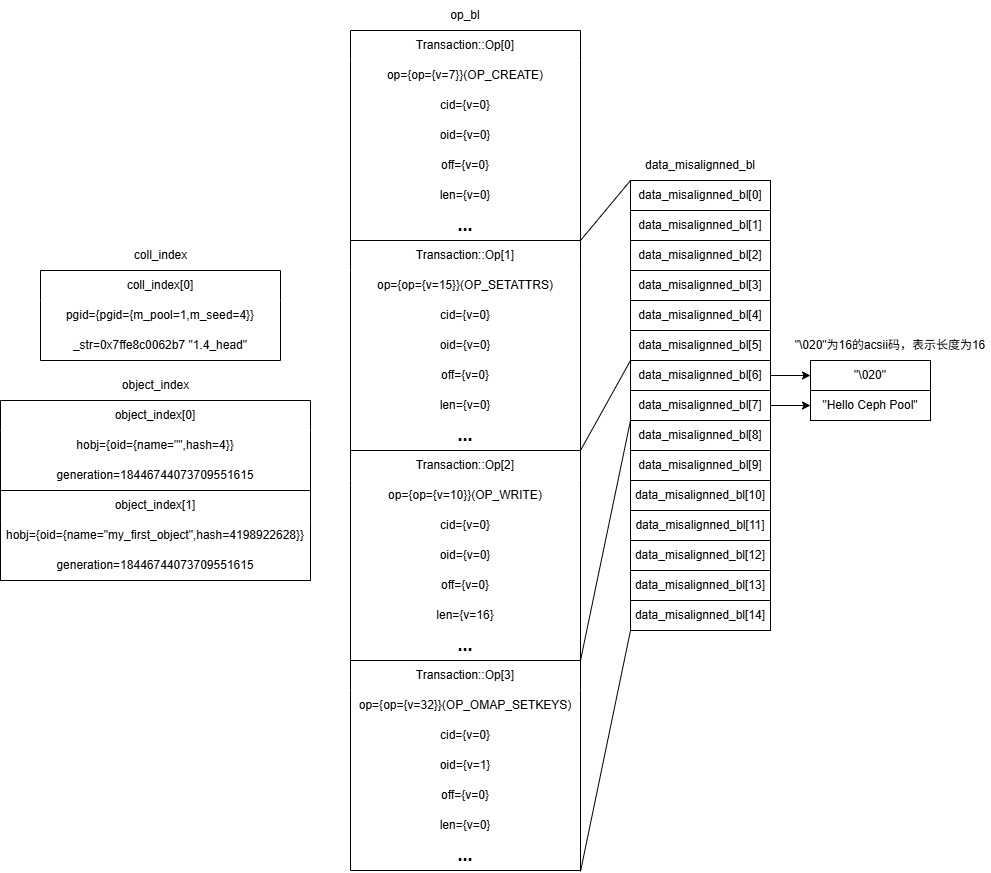
Rebelliousness/Rebelliousness.github.io keeps this draw.io diagram as 2026/01/15/BlueStore写入流程源码分析/op_bl.drawio.png. Above is the earlier version. Source tidied: cells renumbered, new cells last; positions are measured from the earlier drawing's top-left corner, leaving out a move shared by most shapes. Source of this version:
```xml
<mxGraphModel>
  <root>
    <mxCell id="0" />
    <mxCell id="1" parent="0" />
    <mxCell id="2" style="group;" parent="1" vertex="1">
      <mxGeometry y="370" width="340" height="210" as="geometry" />
    </mxCell>
    <mxCell id="3" style="group;" parent="2" vertex="1">
      <mxGeometry width="340" height="210" as="geometry" />
    </mxCell>
    <mxCell id="4" value="object_index" style="text;html=1;whiteSpace=wrap;strokeColor=none;fillColor=none;align=center;verticalAlign=middle;rounded=0;" parent="3" vertex="1">
      <mxGeometry x="127.6" width="54.7" height="30" as="geometry" />
    </mxCell>
    <mxCell id="5" value="object_index[0]" style="swimlane;fontStyle=0;horizontal=1;startSize=30;whiteSpace=wrap;html=1;swimlaneLine=0;" parent="3" vertex="1">
      <mxGeometry y="30" width="310" height="180" as="geometry" />
    </mxCell>
    <mxCell id="6" value="hobj={oid={name=&quot;&quot;,hash=4}}" style="text;strokeColor=none;fillColor=none;align=center;verticalAlign=middle;spacingLeft=4;spacingRight=4;overflow=hidden;whiteSpace=wrap;html=1;" parent="3" vertex="1">
      <mxGeometry y="60" width="310" height="30" as="geometry" />
    </mxCell>
    <mxCell id="7" value="generation=18446744073709551615" style="text;strokeColor=none;fillColor=none;align=center;verticalAlign=middle;spacingLeft=4;spacingRight=4;overflow=hidden;whiteSpace=wrap;html=1;" parent="3" vertex="1">
      <mxGeometry y="90" width="310" height="30" as="geometry" />
    </mxCell>
    <mxCell id="8" value="object_index[1]" style="swimlane;fontStyle=0;horizontal=1;startSize=30;whiteSpace=wrap;html=1;swimlaneLine=0;" parent="3" vertex="1">
      <mxGeometry y="120" width="310" height="90" as="geometry" />
    </mxCell>
    <mxCell id="9" value="hobj={oid={name=&quot;my_first_object&quot;,hash=4198922628}}" style="text;strokeColor=none;fillColor=none;align=center;verticalAlign=middle;spacingLeft=4;spacingRight=4;overflow=hidden;whiteSpace=wrap;html=1;" parent="3" vertex="1">
      <mxGeometry y="150" width="310" height="30" as="geometry" />
    </mxCell>
    <mxCell id="10" value="generation=18446744073709551615" style="text;strokeColor=none;fillColor=none;align=center;verticalAlign=middle;spacingLeft=4;spacingRight=4;overflow=hidden;whiteSpace=wrap;html=1;" parent="3" vertex="1">
      <mxGeometry y="180" width="310" height="30" as="geometry" />
    </mxCell>
    <mxCell id="11" style="group;" parent="1" vertex="1">
      <mxGeometry x="40" y="240" width="240" height="120" as="geometry" />
    </mxCell>
    <mxCell id="12" value="coll_index[0]" style="swimlane;fontStyle=0;horizontal=1;startSize=30;whiteSpace=wrap;html=1;swimlaneLine=0;" parent="11" vertex="1">
      <mxGeometry y="30" width="240" height="90" as="geometry" />
    </mxCell>
    <mxCell id="13" value="coll_index" style="text;html=1;whiteSpace=wrap;strokeColor=none;fillColor=none;align=center;verticalAlign=middle;rounded=0;" parent="11" vertex="1">
      <mxGeometry x="68.6" width="102.9" height="30" as="geometry" />
    </mxCell>
    <mxCell id="14" value="pgid={pgid={m_pool=1,m_seed=4}}" style="text;strokeColor=none;fillColor=none;align=center;verticalAlign=middle;spacingLeft=4;spacingRight=4;overflow=hidden;whiteSpace=wrap;html=1;" parent="11" vertex="1">
      <mxGeometry y="60" width="240" height="30" as="geometry" />
    </mxCell>
    <mxCell id="15" value="_str=0x7ffe8c0062b7 &quot;1.4_head&quot;" style="text;strokeColor=none;fillColor=none;align=center;verticalAlign=middle;spacingLeft=4;spacingRight=4;overflow=hidden;whiteSpace=wrap;html=1;" parent="11" vertex="1">
      <mxGeometry y="90" width="240" height="30" as="geometry" />
    </mxCell>
    <mxCell id="16" value="op_bl" style="text;html=1;whiteSpace=wrap;strokeColor=none;fillColor=none;align=center;verticalAlign=middle;rounded=0;" parent="1" vertex="1">
      <mxGeometry x="435" width="60" height="30" as="geometry" />
    </mxCell>
    <mxCell id="17" value="Transaction::Op[0]" style="swimlane;fontStyle=0;horizontal=1;startSize=30;whiteSpace=wrap;html=1;swimlaneLine=0;" parent="1" vertex="1">
      <mxGeometry x="350" y="30" width="230" height="210" as="geometry" />
    </mxCell>
    <mxCell id="18" value="op={op={v=7}}(OP_CREATE)" style="text;strokeColor=none;fillColor=none;align=center;verticalAlign=middle;spacingLeft=4;spacingRight=4;overflow=hidden;whiteSpace=wrap;html=1;" parent="17" vertex="1">
      <mxGeometry y="30" width="230" height="30" as="geometry" />
    </mxCell>
    <mxCell id="19" value="cid={v=0}" style="text;strokeColor=none;fillColor=none;align=center;verticalAlign=middle;spacingLeft=4;spacingRight=4;overflow=hidden;whiteSpace=wrap;html=1;" parent="17" vertex="1">
      <mxGeometry y="60" width="230" height="30" as="geometry" />
    </mxCell>
    <mxCell id="20" value="oid={v=0}" style="text;strokeColor=none;fillColor=none;align=center;verticalAlign=middle;spacingLeft=4;spacingRight=4;overflow=hidden;whiteSpace=wrap;html=1;" parent="17" vertex="1">
      <mxGeometry y="90" width="230" height="30" as="geometry" />
    </mxCell>
    <mxCell id="21" value="off={v=0}" style="text;strokeColor=none;fillColor=none;align=center;verticalAlign=middle;spacingLeft=4;spacingRight=4;overflow=hidden;whiteSpace=wrap;html=1;" parent="17" vertex="1">
      <mxGeometry y="120" width="230" height="30" as="geometry" />
    </mxCell>
    <mxCell id="22" value="len={v=0}" style="text;strokeColor=none;fillColor=none;align=center;verticalAlign=middle;spacingLeft=4;spacingRight=4;overflow=hidden;whiteSpace=wrap;html=1;" parent="17" vertex="1">
      <mxGeometry y="150" width="230" height="30" as="geometry" />
    </mxCell>
    <mxCell id="23" value="&lt;font style=&quot;font-size: 18px;&quot;&gt;&lt;b&gt;...&lt;/b&gt;&lt;/font&gt;" style="text;strokeColor=none;fillColor=none;align=center;verticalAlign=middle;spacingLeft=4;spacingRight=4;overflow=hidden;whiteSpace=wrap;html=1;" parent="17" vertex="1">
      <mxGeometry y="180" width="230" height="30" as="geometry" />
    </mxCell>
    <mxCell id="24" value="Transaction::Op[1]" style="swimlane;fontStyle=0;horizontal=1;startSize=30;whiteSpace=wrap;html=1;swimlaneLine=0;" parent="1" vertex="1">
      <mxGeometry x="350" y="240" width="230" height="210" as="geometry" />
    </mxCell>
    <mxCell id="25" value="op={op={v=15}}(OP_SETATTRS)" style="text;strokeColor=none;fillColor=none;align=center;verticalAlign=middle;spacingLeft=4;spacingRight=4;overflow=hidden;whiteSpace=wrap;html=1;" parent="24" vertex="1">
      <mxGeometry y="30" width="230" height="30" as="geometry" />
    </mxCell>
    <mxCell id="26" value="cid={v=0}" style="text;strokeColor=none;fillColor=none;align=center;verticalAlign=middle;spacingLeft=4;spacingRight=4;overflow=hidden;whiteSpace=wrap;html=1;" parent="24" vertex="1">
      <mxGeometry y="60" width="230" height="30" as="geometry" />
    </mxCell>
    <mxCell id="27" value="oid={v=0}" style="text;strokeColor=none;fillColor=none;align=center;verticalAlign=middle;spacingLeft=4;spacingRight=4;overflow=hidden;whiteSpace=wrap;html=1;" parent="24" vertex="1">
      <mxGeometry y="90" width="230" height="30" as="geometry" />
    </mxCell>
    <mxCell id="28" value="off={v=0}" style="text;strokeColor=none;fillColor=none;align=center;verticalAlign=middle;spacingLeft=4;spacingRight=4;overflow=hidden;whiteSpace=wrap;html=1;" parent="24" vertex="1">
      <mxGeometry y="120" width="230" height="30" as="geometry" />
    </mxCell>
    <mxCell id="29" value="len={v=0}" style="text;strokeColor=none;fillColor=none;align=center;verticalAlign=middle;spacingLeft=4;spacingRight=4;overflow=hidden;whiteSpace=wrap;html=1;" parent="24" vertex="1">
      <mxGeometry y="150" width="230" height="30" as="geometry" />
    </mxCell>
    <mxCell id="30" value="&lt;font style=&quot;font-size: 18px;&quot;&gt;&lt;b&gt;...&lt;/b&gt;&lt;/font&gt;" style="text;strokeColor=none;fillColor=none;align=center;verticalAlign=middle;spacingLeft=4;spacingRight=4;overflow=hidden;whiteSpace=wrap;html=1;" parent="24" vertex="1">
      <mxGeometry y="180" width="230" height="30" as="geometry" />
    </mxCell>
    <mxCell id="31" value="Transaction::Op[2]" style="swimlane;fontStyle=0;horizontal=1;startSize=30;whiteSpace=wrap;html=1;swimlaneLine=0;" parent="1" vertex="1">
      <mxGeometry x="350" y="450" width="230" height="210" as="geometry" />
    </mxCell>
    <mxCell id="32" value="op={op={v=10}}(OP_WRITE)" style="text;strokeColor=none;fillColor=none;align=center;verticalAlign=middle;spacingLeft=4;spacingRight=4;overflow=hidden;whiteSpace=wrap;html=1;" parent="31" vertex="1">
      <mxGeometry y="30" width="230" height="30" as="geometry" />
    </mxCell>
    <mxCell id="33" value="cid={v=0}" style="text;strokeColor=none;fillColor=none;align=center;verticalAlign=middle;spacingLeft=4;spacingRight=4;overflow=hidden;whiteSpace=wrap;html=1;" parent="31" vertex="1">
      <mxGeometry y="60" width="230" height="30" as="geometry" />
    </mxCell>
    <mxCell id="34" value="oid={v=0}" style="text;strokeColor=none;fillColor=none;align=center;verticalAlign=middle;spacingLeft=4;spacingRight=4;overflow=hidden;whiteSpace=wrap;html=1;" parent="31" vertex="1">
      <mxGeometry y="90" width="230" height="30" as="geometry" />
    </mxCell>
    <mxCell id="35" value="off={v=0}" style="text;strokeColor=none;fillColor=none;align=center;verticalAlign=middle;spacingLeft=4;spacingRight=4;overflow=hidden;whiteSpace=wrap;html=1;" parent="31" vertex="1">
      <mxGeometry y="120" width="230" height="30" as="geometry" />
    </mxCell>
    <mxCell id="36" value="len={v=16}" style="text;strokeColor=none;fillColor=none;align=center;verticalAlign=middle;spacingLeft=4;spacingRight=4;overflow=hidden;whiteSpace=wrap;html=1;" parent="31" vertex="1">
      <mxGeometry y="150" width="230" height="30" as="geometry" />
    </mxCell>
    <mxCell id="37" value="&lt;font style=&quot;font-size: 18px;&quot;&gt;&lt;b&gt;...&lt;/b&gt;&lt;/font&gt;" style="text;strokeColor=none;fillColor=none;align=center;verticalAlign=middle;spacingLeft=4;spacingRight=4;overflow=hidden;whiteSpace=wrap;html=1;" parent="31" vertex="1">
      <mxGeometry y="180" width="230" height="30" as="geometry" />
    </mxCell>
    <mxCell id="38" value="Transaction::Op[3]" style="swimlane;fontStyle=0;horizontal=1;startSize=30;whiteSpace=wrap;html=1;swimlaneLine=0;" parent="1" vertex="1">
      <mxGeometry x="350" y="660" width="230" height="210" as="geometry" />
    </mxCell>
    <mxCell id="39" value="op={op={v=32}}(OP_OMAP_SETKEYS)" style="text;strokeColor=none;fillColor=none;align=center;verticalAlign=middle;spacingLeft=4;spacingRight=4;overflow=hidden;whiteSpace=wrap;html=1;" parent="38" vertex="1">
      <mxGeometry y="30" width="230" height="30" as="geometry" />
    </mxCell>
    <mxCell id="40" value="cid={v=0}" style="text;strokeColor=none;fillColor=none;align=center;verticalAlign=middle;spacingLeft=4;spacingRight=4;overflow=hidden;whiteSpace=wrap;html=1;" parent="38" vertex="1">
      <mxGeometry y="60" width="230" height="30" as="geometry" />
    </mxCell>
    <mxCell id="41" value="oid={v=1}" style="text;strokeColor=none;fillColor=none;align=center;verticalAlign=middle;spacingLeft=4;spacingRight=4;overflow=hidden;whiteSpace=wrap;html=1;" parent="38" vertex="1">
      <mxGeometry y="90" width="230" height="30" as="geometry" />
    </mxCell>
    <mxCell id="42" value="off={v=0}" style="text;strokeColor=none;fillColor=none;align=center;verticalAlign=middle;spacingLeft=4;spacingRight=4;overflow=hidden;whiteSpace=wrap;html=1;" parent="38" vertex="1">
      <mxGeometry y="120" width="230" height="30" as="geometry" />
    </mxCell>
    <mxCell id="43" value="len={v=0}" style="text;strokeColor=none;fillColor=none;align=center;verticalAlign=middle;spacingLeft=4;spacingRight=4;overflow=hidden;whiteSpace=wrap;html=1;" parent="38" vertex="1">
      <mxGeometry y="150" width="230" height="30" as="geometry" />
    </mxCell>
    <mxCell id="44" value="&lt;font style=&quot;font-size: 18px;&quot;&gt;&lt;b&gt;...&lt;/b&gt;&lt;/font&gt;" style="text;strokeColor=none;fillColor=none;align=center;verticalAlign=middle;spacingLeft=4;spacingRight=4;overflow=hidden;whiteSpace=wrap;html=1;" parent="38" vertex="1">
      <mxGeometry y="180" width="230" height="30" as="geometry" />
    </mxCell>
    <mxCell id="45" style="group;" parent="1" vertex="1">
      <mxGeometry x="630" y="150" width="140" height="480" as="geometry" />
    </mxCell>
    <mxCell id="46" value="data_misalignned_bl" style="text;html=1;whiteSpace=wrap;strokeColor=none;fillColor=none;align=center;verticalAlign=middle;rounded=0;" parent="45" vertex="1">
      <mxGeometry x="40" width="60" height="30" as="geometry" />
    </mxCell>
    <mxCell id="47" value="data_misalignned_bl[0]" style="rounded=0;whiteSpace=wrap;html=1;" parent="45" vertex="1">
      <mxGeometry y="30" width="140" height="30" as="geometry" />
    </mxCell>
    <mxCell id="48" value="data_misalignned_bl[1]" style="rounded=0;whiteSpace=wrap;html=1;" parent="45" vertex="1">
      <mxGeometry y="60" width="140" height="30" as="geometry" />
    </mxCell>
    <mxCell id="49" value="data_misalignned_bl[2]" style="rounded=0;whiteSpace=wrap;html=1;" parent="45" vertex="1">
      <mxGeometry y="90" width="140" height="30" as="geometry" />
    </mxCell>
    <mxCell id="50" value="data_misalignned_bl[3]" style="rounded=0;whiteSpace=wrap;html=1;" parent="45" vertex="1">
      <mxGeometry y="120" width="140" height="30" as="geometry" />
    </mxCell>
    <mxCell id="51" value="data_misalignned_bl[4]" style="rounded=0;whiteSpace=wrap;html=1;" parent="45" vertex="1">
      <mxGeometry y="150" width="140" height="30" as="geometry" />
    </mxCell>
    <mxCell id="52" value="data_misalignned_bl[5]" style="rounded=0;whiteSpace=wrap;html=1;" parent="45" vertex="1">
      <mxGeometry y="180" width="140" height="30" as="geometry" />
    </mxCell>
    <mxCell id="53" value="data_misalignned_bl[6]" style="rounded=0;whiteSpace=wrap;html=1;" parent="45" vertex="1">
      <mxGeometry y="210" width="140" height="30" as="geometry" />
    </mxCell>
    <mxCell id="54" value="data_misalignned_bl[7]" style="rounded=0;whiteSpace=wrap;html=1;" parent="45" vertex="1">
      <mxGeometry y="240" width="140" height="30" as="geometry" />
    </mxCell>
    <mxCell id="55" value="data_misalignned_bl[8]" style="rounded=0;whiteSpace=wrap;html=1;" parent="45" vertex="1">
      <mxGeometry y="270" width="140" height="30" as="geometry" />
    </mxCell>
    <mxCell id="56" value="data_misalignned_bl[9]" style="rounded=0;whiteSpace=wrap;html=1;" parent="45" vertex="1">
      <mxGeometry y="300" width="140" height="30" as="geometry" />
    </mxCell>
    <mxCell id="57" value="data_misalignned_bl[10]" style="rounded=0;whiteSpace=wrap;html=1;" parent="45" vertex="1">
      <mxGeometry y="330" width="140" height="30" as="geometry" />
    </mxCell>
    <mxCell id="58" value="data_misalignned_bl[11]" style="rounded=0;whiteSpace=wrap;html=1;" parent="45" vertex="1">
      <mxGeometry y="360" width="140" height="30" as="geometry" />
    </mxCell>
    <mxCell id="59" value="data_misalignned_bl[12]" style="rounded=0;whiteSpace=wrap;html=1;" parent="45" vertex="1">
      <mxGeometry y="390" width="140" height="30" as="geometry" />
    </mxCell>
    <mxCell id="60" value="data_misalignned_bl[13]" style="rounded=0;whiteSpace=wrap;html=1;" parent="45" vertex="1">
      <mxGeometry y="420" width="140" height="30" as="geometry" />
    </mxCell>
    <mxCell id="61" value="data_misalignned_bl[14]" style="rounded=0;whiteSpace=wrap;html=1;" parent="45" vertex="1">
      <mxGeometry y="450" width="140" height="30" as="geometry" />
    </mxCell>
    <mxCell id="62" style="endArrow=none;html=1;rounded=0;exitX=1;exitY=0;exitDx=0;exitDy=0;entryX=0;entryY=0;entryDx=0;entryDy=0;" parent="1" edge="1" source="24" target="47">
      <mxGeometry relative="1" as="geometry" />
    </mxCell>
    <mxCell id="63" style="endArrow=none;html=1;rounded=0;entryX=0;entryY=0;entryDx=0;entryDy=0;" parent="1" edge="1" target="53">
      <mxGeometry relative="1" as="geometry">
        <mxPoint x="580" y="450" as="sourcePoint" />
      </mxGeometry>
    </mxCell>
    <mxCell id="64" style="endArrow=none;html=1;rounded=0;entryX=0;entryY=0;entryDx=0;entryDy=0;" parent="1" edge="1" target="55">
      <mxGeometry relative="1" as="geometry">
        <mxPoint x="580" y="660" as="sourcePoint" />
      </mxGeometry>
    </mxCell>
    <mxCell id="65" style="endArrow=none;html=1;rounded=0;entryX=0;entryY=1;entryDx=0;entryDy=0;" parent="1" edge="1" target="61">
      <mxGeometry relative="1" as="geometry">
        <mxPoint x="580" y="871" as="sourcePoint" />
      </mxGeometry>
    </mxCell>
    <mxCell id="66" style="group;" parent="1" vertex="1">
      <mxGeometry x="810" y="360" width="120" height="60" as="geometry" />
    </mxCell>
    <mxCell id="67" value="&quot;\020&quot;" style="rounded=0;whiteSpace=wrap;html=1;" parent="66" vertex="1">
      <mxGeometry width="120" height="30" as="geometry" />
    </mxCell>
    <mxCell id="68" value="&quot;Hello Ceph Pool&quot;" style="rounded=0;whiteSpace=wrap;html=1;" parent="66" vertex="1">
      <mxGeometry y="30" width="120" height="30" as="geometry" />
    </mxCell>
    <mxCell id="69" style="edgeStyle=orthogonalEdgeStyle;rounded=0;jettySize=auto;html=1;exitX=1;exitY=0.5;exitDx=0;exitDy=0;entryX=0;entryY=0.5;entryDx=0;entryDy=0;" parent="1" edge="1" source="53" target="67">
      <mxGeometry relative="1" as="geometry" />
    </mxCell>
    <mxCell id="70" style="edgeStyle=orthogonalEdgeStyle;rounded=0;jettySize=auto;html=1;exitX=1;exitY=0.5;exitDx=0;exitDy=0;entryX=0;entryY=0.5;entryDx=0;entryDy=0;" parent="1" edge="1" source="54" target="68">
      <mxGeometry relative="1" as="geometry" />
    </mxCell>
    <mxCell id="71" value="&quot;\020&quot;为16的acsii码，表示长度为16" style="text;html=1;whiteSpace=wrap;strokeColor=none;fillColor=none;align=center;verticalAlign=middle;rounded=0;" parent="1" vertex="1">
      <mxGeometry x="790" y="330" width="200" height="30" as="geometry" />
    </mxCell>
  </root>
</mxGraphModel>
```
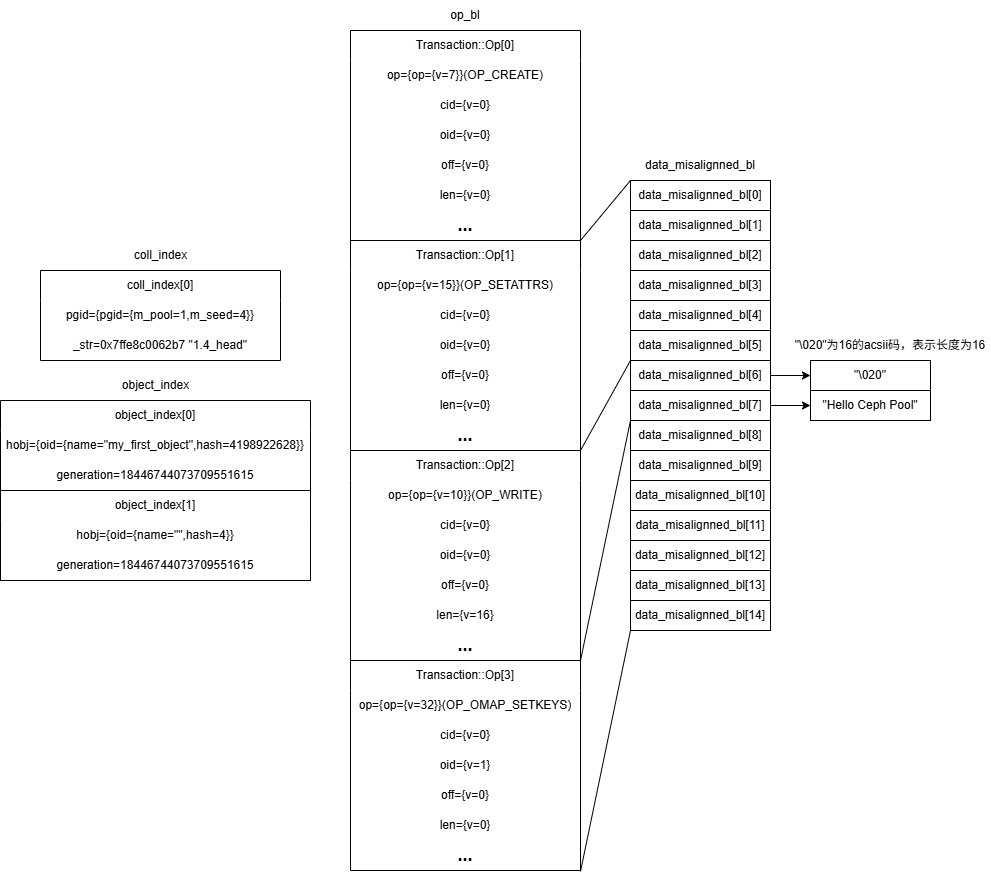
The same diagram one commit later.

What changed in the source:
```diff
@@ -14,7 +14,7 @@
     <mxCell id="5" value="object_index[0]" style="swimlane;fontStyle=0;horizontal=1;startSize=30;whiteSpace=wrap;html=1;swimlaneLine=0;" parent="3" vertex="1">
       <mxGeometry y="30" width="310" height="180" as="geometry" />
     </mxCell>
-    <mxCell id="6" value="hobj={oid={name=&quot;&quot;,hash=4}}" style="text;strokeColor=none;fillColor=none;align=center;verticalAlign=middle;spacingLeft=4;spacingRight=4;overflow=hidden;whiteSpace=wrap;html=1;" parent="3" vertex="1">
+    <mxCell id="6" value="hobj={oid={name=&quot;my_first_object&quot;,hash=4198922628}}" style="text;strokeColor=none;fillColor=none;align=center;verticalAlign=middle;spacingLeft=4;spacingRight=4;overflow=hidden;whiteSpace=wrap;html=1;" parent="3" vertex="1">
       <mxGeometry y="60" width="310" height="30" as="geometry" />
     </mxCell>
     <mxCell id="7" value="generation=18446744073709551615" style="text;strokeColor=none;fillColor=none;align=center;verticalAlign=middle;spacingLeft=4;spacingRight=4;overflow=hidden;whiteSpace=wrap;html=1;" parent="3" vertex="1">
@@ -23,7 +23,7 @@
     <mxCell id="8" value="object_index[1]" style="swimlane;fontStyle=0;horizontal=1;startSize=30;whiteSpace=wrap;html=1;swimlaneLine=0;" parent="3" vertex="1">
       <mxGeometry y="120" width="310" height="90" as="geometry" />
     </mxCell>
-    <mxCell id="9" value="hobj={oid={name=&quot;my_first_object&quot;,hash=4198922628}}" style="text;strokeColor=none;fillColor=none;align=center;verticalAlign=middle;spacingLeft=4;spacingRight=4;overflow=hidden;whiteSpace=wrap;html=1;" parent="3" vertex="1">
+    <mxCell id="9" value="hobj={oid={name=&quot;&quot;,hash=4}}" style="text;strokeColor=none;fillColor=none;align=center;verticalAlign=middle;spacingLeft=4;spacingRight=4;overflow=hidden;whiteSpace=wrap;html=1;" parent="3" vertex="1">
       <mxGeometry y="150" width="310" height="30" as="geometry" />
     </mxCell>
     <mxCell id="10" value="generation=18446744073709551615" style="text;strokeColor=none;fillColor=none;align=center;verticalAlign=middle;spacingLeft=4;spacingRight=4;overflow=hidden;whiteSpace=wrap;html=1;" parent="3" vertex="1">
```
